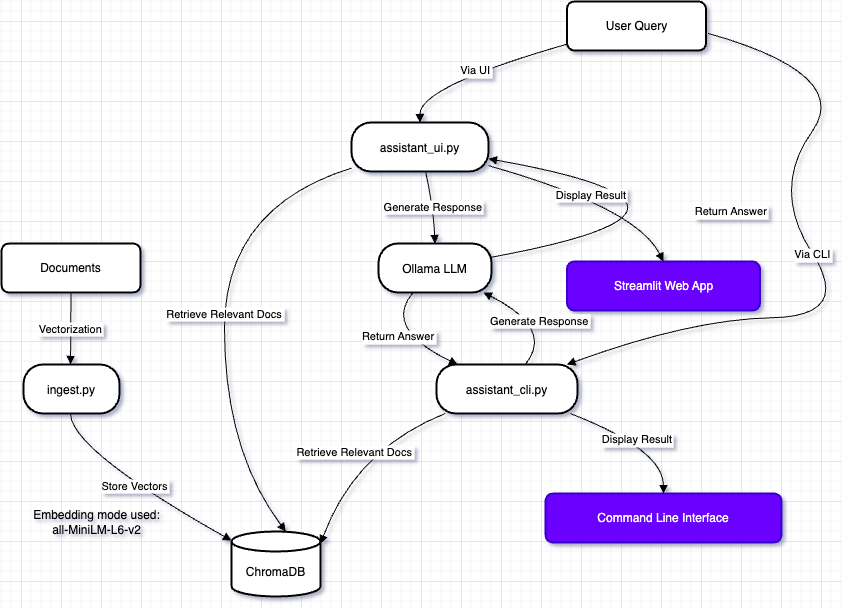
This is images/privategpt.drawio.png from muquit/privategpt, a draw.io export, as it was before one commit. Source tidied: cells renumbered, new cells last; positions are measured from the earlier drawing's top-left corner, leaving out a move shared by most shapes.
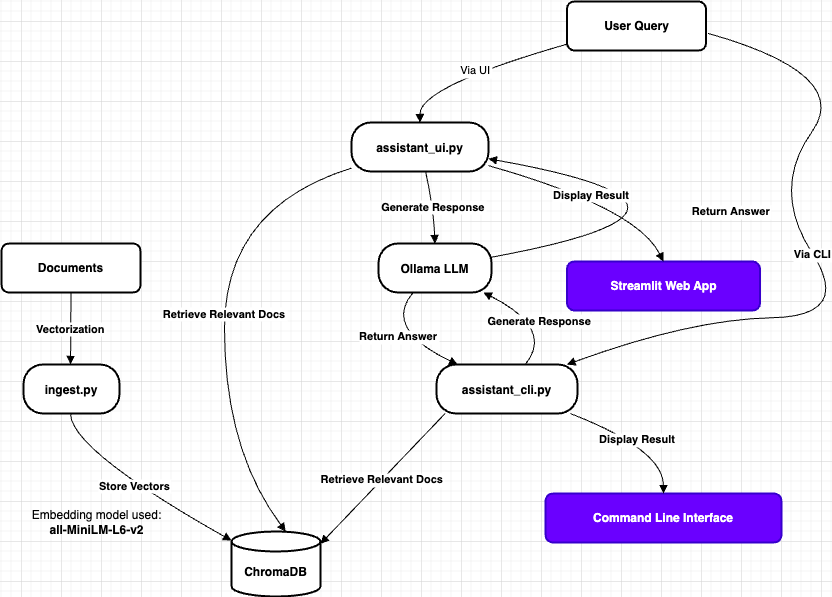
After the change.

Commit message:
Fix a typo in the diagram. change font to bold

Diff of the diagram source:
```diff
@@ -2,37 +2,37 @@
   <root>
     <mxCell id="0" />
     <mxCell id="1" parent="0" />
-    <mxCell id="2" value="Documents" style="whiteSpace=wrap;strokeWidth=2;rounded=1;" parent="1" vertex="1">
+    <mxCell id="2" value="Documents" style="whiteSpace=wrap;strokeWidth=2;rounded=1;fontStyle=1;" parent="1" vertex="1">
       <mxGeometry y="242" width="139" height="49" as="geometry" />
     </mxCell>
-    <mxCell id="3" value="ingest.py" style="rounded=1;arcSize=40;strokeWidth=2;" parent="1" vertex="1">
+    <mxCell id="3" value="ingest.py" style="rounded=1;arcSize=40;strokeWidth=2;fontStyle=1;" parent="1" vertex="1">
       <mxGeometry x="22" y="363" width="96" height="49" as="geometry" />
     </mxCell>
-    <mxCell id="4" value="ChromaDB" style="shape=cylinder3;boundedLbl=1;backgroundOutline=1;size=10;strokeWidth=2;whiteSpace=wrap;" parent="1" vertex="1">
+    <mxCell id="4" value="ChromaDB" style="shape=cylinder3;boundedLbl=1;backgroundOutline=1;size=10;strokeWidth=2;whiteSpace=wrap;fontStyle=1;" parent="1" vertex="1">
       <mxGeometry x="230" y="530" width="89" height="65" as="geometry" />
     </mxCell>
-    <mxCell id="5" value="User Query" style="whiteSpace=wrap;strokeWidth=2;rounded=1;" parent="1" vertex="1">
+    <mxCell id="5" value="User Query" style="whiteSpace=wrap;strokeWidth=2;rounded=1;fontStyle=1;" parent="1" vertex="1">
       <mxGeometry x="565.5" width="139" height="49" as="geometry" />
     </mxCell>
-    <mxCell id="6" value="assistant_ui.py" style="rounded=1;arcSize=40;strokeWidth=2;" parent="1" vertex="1">
+    <mxCell id="6" value="assistant_ui.py" style="rounded=1;arcSize=40;strokeWidth=2;fontStyle=1;" parent="1" vertex="1">
       <mxGeometry x="350" y="121" width="137" height="49" as="geometry" />
     </mxCell>
-    <mxCell id="7" value="assistant_cli.py" style="rounded=1;arcSize=40;strokeWidth=2;" parent="1" vertex="1">
+    <mxCell id="7" value="assistant_cli.py" style="rounded=1;arcSize=40;strokeWidth=2;fontStyle=1;" parent="1" vertex="1">
       <mxGeometry x="435" y="363" width="141" height="49" as="geometry" />
     </mxCell>
-    <mxCell id="8" value="Ollama LLM" style="rounded=1;arcSize=40;strokeWidth=2;" parent="1" vertex="1">
+    <mxCell id="8" value="Ollama LLM" style="rounded=1;arcSize=40;strokeWidth=2;fontStyle=1;" parent="1" vertex="1">
       <mxGeometry x="377" y="242" width="113" height="49" as="geometry" />
     </mxCell>
-    <mxCell id="9" value="Streamlit Web App" style="whiteSpace=wrap;strokeWidth=2;fillColor=#6a00ff;fontColor=#ffffff;strokeColor=#3700CC;rounded=1;" parent="1" vertex="1">
+    <mxCell id="9" value="Streamlit Web App" style="whiteSpace=wrap;strokeWidth=2;fillColor=#6a00ff;fontColor=#ffffff;strokeColor=#3700CC;rounded=1;fontStyle=1;" parent="1" vertex="1">
       <mxGeometry x="565.5" y="260" width="193" height="49" as="geometry" />
     </mxCell>
-    <mxCell id="10" value="Command Line Interface" style="whiteSpace=wrap;strokeWidth=2;fillColor=#6a00ff;fontColor=#ffffff;strokeColor=#3700CC;rounded=1;" parent="1" vertex="1">
+    <mxCell id="10" value="Command Line Interface" style="whiteSpace=wrap;strokeWidth=2;fillColor=#6a00ff;fontColor=#ffffff;strokeColor=#3700CC;rounded=1;fontStyle=1;" parent="1" vertex="1">
       <mxGeometry x="544" y="492" width="236" height="49" as="geometry" />
     </mxCell>
-    <mxCell id="11" value="Vectorization" style="curved=1;startArrow=none;endArrow=block;exitX=0.5;exitY=0.99;entryX=0.49;entryY=0;rounded=0;" parent="1" edge="1" source="2" target="3">
+    <mxCell id="11" value="Vectorization" style="curved=1;startArrow=none;endArrow=block;exitX=0.5;exitY=0.99;entryX=0.49;entryY=0;rounded=0;fontStyle=1;" parent="1" edge="1" source="2" target="3">
       <mxGeometry relative="1" as="geometry" />
     </mxCell>
-    <mxCell id="12" value="Store Vectors" style="curved=1;startArrow=none;endArrow=block;exitX=0.49;exitY=0.99;entryX=0;entryY=0.14;rounded=0;" parent="1" edge="1" source="3" target="4">
+    <mxCell id="12" value="Store Vectors" style="curved=1;startArrow=none;endArrow=block;exitX=0.49;exitY=0.99;entryX=0;entryY=0.14;rounded=0;fontStyle=1;" parent="1" edge="1" source="3" target="4">
       <mxGeometry relative="1" as="geometry">
         <Array as="points">
           <mxPoint x="69" y="448" />
@@ -46,7 +46,7 @@
         </Array>
       </mxGeometry>
     </mxCell>
-    <mxCell id="14" value="Via CLI" style="curved=1;startArrow=none;endArrow=block;exitX=1;exitY=0.9;entryX=1;entryY=0.25;rounded=0;" parent="1" edge="1">
+    <mxCell id="14" value="Via CLI" style="curved=1;startArrow=none;endArrow=block;exitX=1;exitY=0.9;entryX=1;entryY=0.25;rounded=0;fontStyle=1;" parent="1" edge="1">
       <mxGeometry relative="1" as="geometry">
         <mxPoint x="706.5" y="31.8" as="sourcePoint" />
         <mxPoint x="565.5" y="363" as="targetPoint" />
@@ -58,7 +58,7 @@
         </Array>
       </mxGeometry>
     </mxCell>
-    <mxCell id="15" value="Retrieve Relevant Docs" style="curved=1;startArrow=none;endArrow=block;exitX=0;exitY=0.93;entryX=0.61;entryY=0;rounded=0;" parent="1" edge="1" source="6" target="4">
+    <mxCell id="15" value="Retrieve Relevant Docs" style="curved=1;startArrow=none;endArrow=block;exitX=0;exitY=0.93;entryX=0.61;entryY=0;rounded=0;fontStyle=1;" parent="1" edge="1" source="6" target="4">
       <mxGeometry relative="1" as="geometry">
         <Array as="points">
           <mxPoint x="223" y="206" />
@@ -66,28 +66,24 @@
         </Array>
       </mxGeometry>
     </mxCell>
-    <mxCell id="16" value="Retrieve Relevant Docs" style="curved=1;startArrow=none;endArrow=block;exitX=0.07;exitY=0.99;entryX=1;entryY=0.19;rounded=0;" parent="1" edge="1" source="7" target="4">
-      <mxGeometry relative="1" as="geometry">
-        <Array as="points">
-          <mxPoint x="354" y="448" />
-        </Array>
-      </mxGeometry>
+    <mxCell id="16" value="Retrieve Relevant Docs" style="curved=1;startArrow=none;endArrow=block;exitX=0.07;exitY=0.99;entryX=1;entryY=0.19;rounded=0;fontStyle=1;" parent="1" edge="1" source="7" target="4">
+      <mxGeometry relative="1" as="geometry" />
     </mxCell>
-    <mxCell id="17" value="Generate Response" style="curved=1;startArrow=none;endArrow=block;exitX=0.54;exitY=0.99;entryX=0.5;entryY=0;rounded=0;" parent="1" edge="1" source="6" target="8">
+    <mxCell id="17" value="Generate Response" style="curved=1;startArrow=none;endArrow=block;exitX=0.54;exitY=0.99;entryX=0.5;entryY=0;rounded=0;fontStyle=1;" parent="1" edge="1" source="6" target="8">
       <mxGeometry relative="1" as="geometry">
         <Array as="points">
           <mxPoint x="432" y="206" />
         </Array>
       </mxGeometry>
     </mxCell>
-    <mxCell id="18" value="Generate Response" style="curved=1;startArrow=none;endArrow=block;exitX=0.63;exitY=0;entryX=0.92;entryY=0.99;rounded=0;" parent="1" edge="1" source="7" target="8">
+    <mxCell id="18" value="Generate Response" style="curved=1;startArrow=none;endArrow=block;exitX=0.63;exitY=0;entryX=0.92;entryY=0.99;rounded=0;fontStyle=1;" parent="1" edge="1" source="7" target="8">
       <mxGeometry relative="1" as="geometry">
         <Array as="points">
           <mxPoint x="553" y="327" />
         </Array>
       </mxGeometry>
     </mxCell>
-    <mxCell id="19" value="Return Answer" style="curved=1;startArrow=none;endArrow=block;exitX=1;exitY=0.28;entryX=1;entryY=0.74;rounded=0;" parent="1" edge="1" source="8" target="6">
+    <mxCell id="19" value="Return Answer" style="curved=1;startArrow=none;endArrow=block;exitX=1;exitY=0.28;entryX=1;entryY=0.74;rounded=0;fontStyle=1;" parent="1" edge="1" source="8" target="6">
       <mxGeometry x="-0.11" y="1" relative="1" as="geometry">
         <Array as="points">
           <mxPoint x="760" y="206" />
@@ -95,28 +91,28 @@
         <mxPoint y="-1" as="offset" />
       </mxGeometry>
     </mxCell>
-    <mxCell id="20" value="Return Answer" style="curved=1;startArrow=none;endArrow=block;exitX=0.31;exitY=0.99;entryX=0.15;entryY=0;rounded=0;" parent="1" edge="1" source="8" target="7">
+    <mxCell id="20" value="Return Answer" style="curved=1;startArrow=none;endArrow=block;exitX=0.31;exitY=0.99;entryX=0.15;entryY=0;rounded=0;fontStyle=1;" parent="1" edge="1" source="8" target="7">
       <mxGeometry relative="1" as="geometry">
         <Array as="points">
           <mxPoint x="381" y="327" />
         </Array>
       </mxGeometry>
     </mxCell>
-    <mxCell id="21" value="Display Result" style="curved=1;startArrow=none;endArrow=block;exitX=1;exitY=0.88;entryX=0.5;entryY=0;rounded=0;" parent="1" edge="1" source="6" target="9">
+    <mxCell id="21" value="Display Result" style="curved=1;startArrow=none;endArrow=block;exitX=1;exitY=0.88;entryX=0.5;entryY=0;rounded=0;fontStyle=1;" parent="1" edge="1" source="6" target="9">
       <mxGeometry relative="1" as="geometry">
         <Array as="points">
           <mxPoint x="635" y="206" />
         </Array>
       </mxGeometry>
     </mxCell>
-    <mxCell id="22" value="Display Result" style="curved=1;startArrow=none;endArrow=block;exitX=0.94;exitY=0.99;entryX=0.5;entryY=0;rounded=0;" parent="1" edge="1" source="7" target="10">
+    <mxCell id="22" value="Display Result" style="curved=1;startArrow=none;endArrow=block;exitX=0.94;exitY=0.99;entryX=0.5;entryY=0;rounded=0;fontStyle=1;" parent="1" edge="1" source="7" target="10">
       <mxGeometry relative="1" as="geometry">
         <Array as="points">
           <mxPoint x="662" y="448" />
         </Array>
       </mxGeometry>
     </mxCell>
-    <mxCell id="23" value="&lt;div&gt;Embedding mode used:&lt;/div&gt;a&lt;span style=&quot;background-color: initial;&quot;&gt;ll-MiniLM-L6-v2&lt;/span&gt;" style="text;html=1;align=center;verticalAlign=middle;strokeColor=none;fillColor=none;" parent="1" vertex="1">
+    <mxCell id="23" value="&lt;div&gt;Embedding model used:&lt;/div&gt;&lt;b&gt;a&lt;span style=&quot;background-color: initial;&quot;&gt;ll-MiniLM-L6-v2&lt;/span&gt;&lt;/b&gt;" style="text;html=1;align=center;verticalAlign=middle;strokeColor=none;fillColor=none;" parent="1" vertex="1">
       <mxGeometry x="20" y="501" width="150" height="40" as="geometry" />
     </mxCell>
   </root>
```
